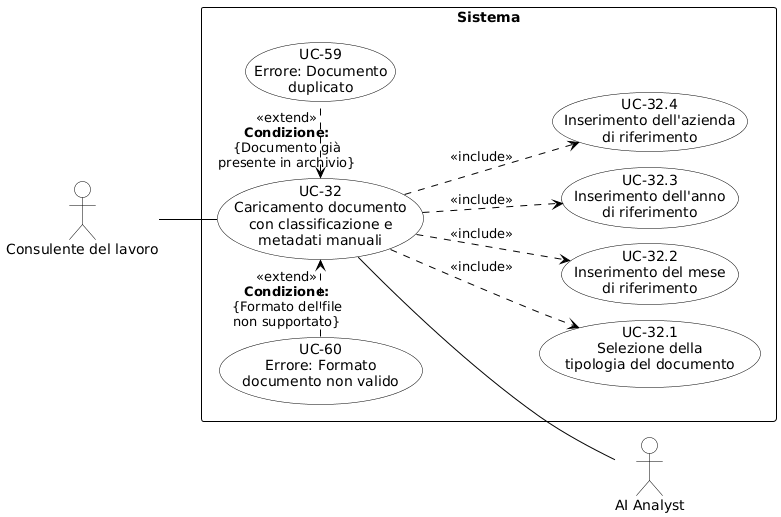
Earlier version of the PlantUML export RTB/Analisi dei Requisiti/diagrammi_use_case/UC-32.png (aLittleByte-19/Documentazione).
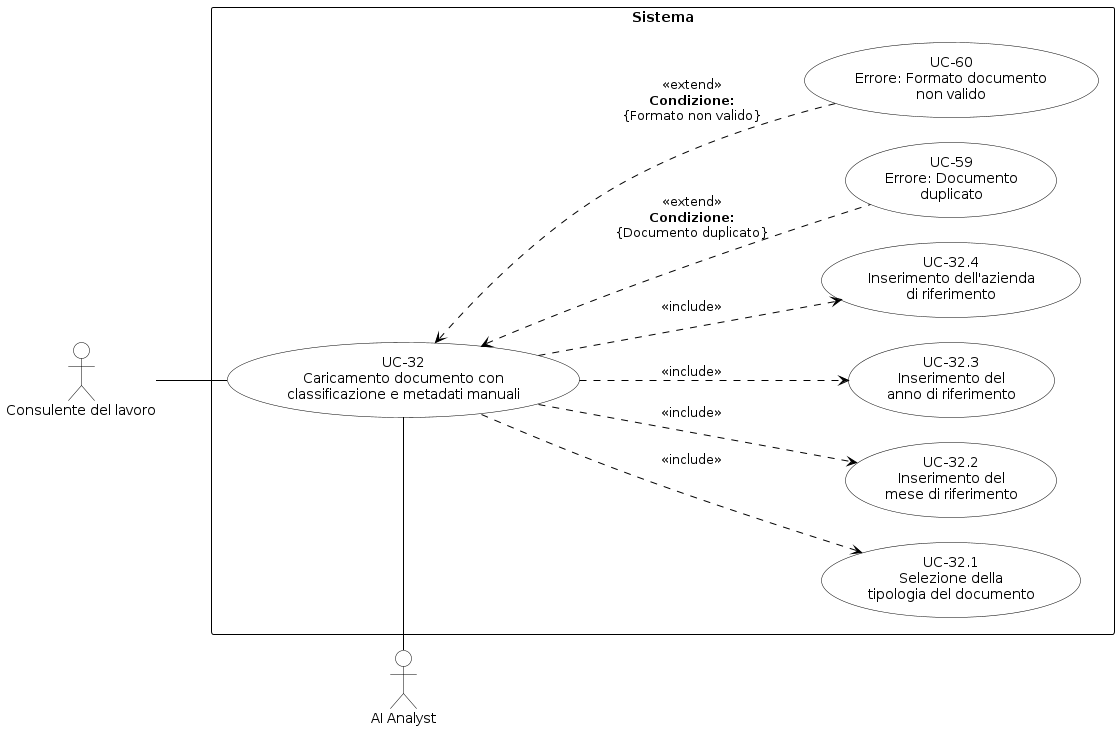
After the commit.

What changed in the source:
```diff
@@ -2,8 +2,8 @@
 skinparam shadowing false
 skinparam defaultFontName Arial
 left to right direction
-skinparam nodesep 15
-skinparam ranksep 50
+skinparam nodesep 25
+skinparam ranksep 70
 
 skinparam usecase {
     BackgroundColor white
@@ -20,29 +20,28 @@
 }
 
 actor "Consulente del lavoro" as CL
-actor "AI Analyst" as AA
+actor "AI Analyst" as AI
 
 rectangle "Sistema" {
-    usecase "UC-32\nCaricamento documento\ncon classificazione e\nmetadati manuali" as UC32
+    usecase "UC-32\nCaricamento documento con\nclassificazione e metadati manuali" as UC32
 
     usecase "UC-32.1\nSelezione della\ntipologia del documento" as UC32_1
-    usecase "UC-32.2\nInserimento del mese\ndi riferimento" as UC32_2
-    usecase "UC-32.3\nInserimento dell'anno\ndi riferimento" as UC32_3
+    usecase "UC-32.2\nInserimento del\nmese di riferimento" as UC32_2
+    usecase "UC-32.3\nInserimento del\nanno di riferimento" as UC32_3
     usecase "UC-32.4\nInserimento dell'azienda\ndi riferimento" as UC32_4
 
     usecase "UC-59\nErrore: Documento\nduplicato" as UC59
-    usecase "UC-60\nErrore: Formato\ndocumento non valido" as UC60
+    usecase "UC-60\nErrore: Formato documento\nnon valido" as UC60
 
-    UC32 ..> UC32_1 : <<include>>
-    UC32 ..> UC32_2 : <<include>>
-    UC32 ..> UC32_3 : <<include>>
-    UC32 ..> UC32_4 : <<include>>
+    UC32 .down.> UC32_1 : <<include>>
+    UC32 .down.> UC32_2 : <<include>>
+    UC32 .down.> UC32_3 : <<include>>
+    UC32 .down.> UC32_4 : <<include>>
 
-    UC32 <.right. UC59 : <<extend>>\n**Condizione:**\n{Documento già\npresente in archivio}
-
-    UC32 <.left. UC60 : <<extend>>\n**Condizione:**\n{Formato del file\nnon supportato}
+    UC32 <.. UC59  : <<extend>>\n**Condizione:**\n{Documento duplicato}
+    UC32 <.. UC60 : <<extend>>\n**Condizione:**\n{Formato non valido}
 }
 
-CL -- UC32
-UC32 -- AA
+CL -down- UC32
+UC32 -left- AI
 @enduml
```
